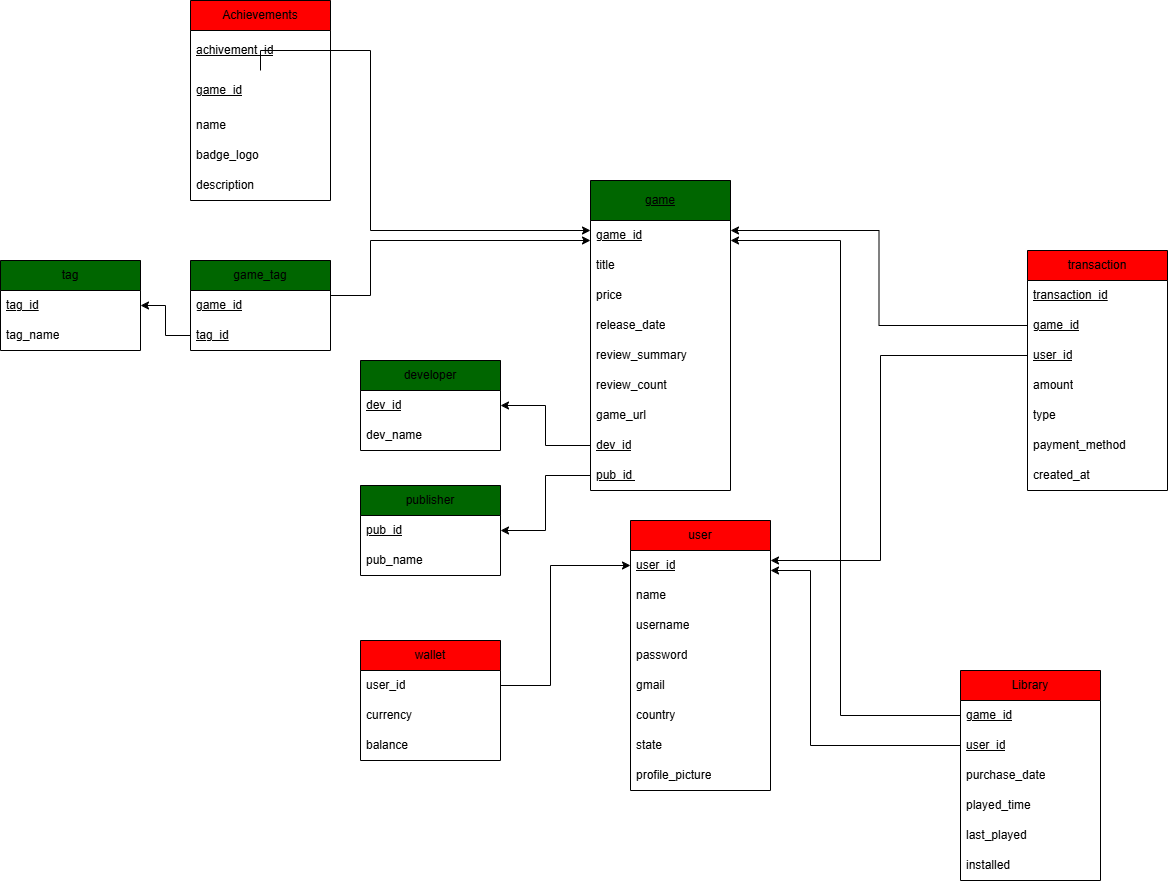
Earlier version of the draw.io export Data Storing/design/Diagram Relasional.drawio.png (Jerannn24/Seleksi-2026-Tugas-1). Source tidied: cells renumbered, new cells last; positions are measured from the earlier drawing's top-left corner, leaving out a move shared by most shapes.
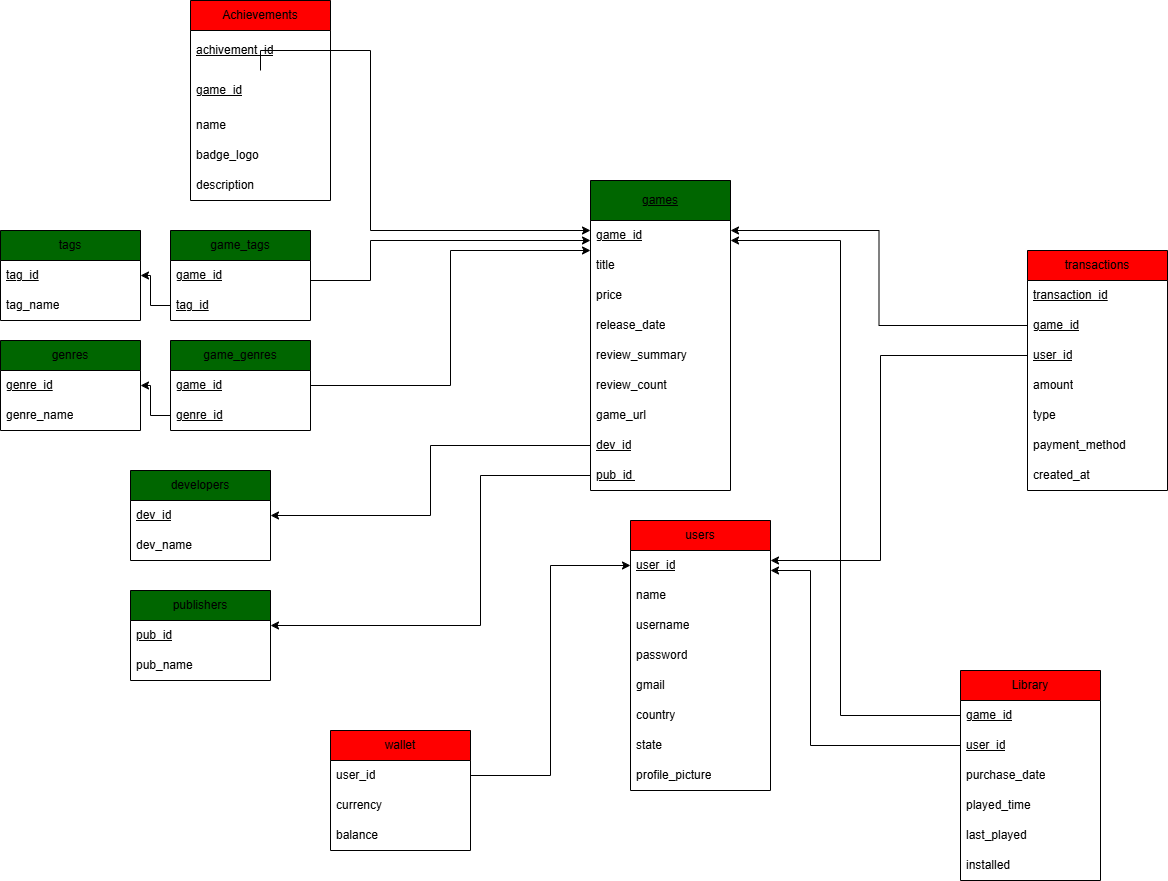
The same file after the commit.

The edit, as a diff of the source:
```diff
@@ -2,7 +2,7 @@
   <root>
     <mxCell id="0" />
     <mxCell id="1" parent="0" />
-    <mxCell id="2" value="game" style="swimlane;fontStyle=4;horizontal=1;startSize=40;whiteSpace=wrap;html=1;fillColor=light-dark(#006600,#006600);fontColor=default;" parent="1" vertex="1">
+    <mxCell id="2" value="games" style="swimlane;fontStyle=4;horizontal=1;startSize=40;whiteSpace=wrap;html=1;fillColor=light-dark(#006600,#006600);fontColor=default;" parent="1" vertex="1">
       <mxGeometry x="590" y="180" width="140" height="310" as="geometry" />
     </mxCell>
     <mxCell id="3" value="&lt;span&gt;game_id&lt;/span&gt;" style="text;strokeColor=none;fillColor=none;align=left;verticalAlign=middle;spacingLeft=4;spacingRight=4;overflow=hidden;points=[[0,0.5],[1,0.5]];portConstraint=eastwest;whiteSpace=wrap;html=1;fontStyle=4;" parent="2" vertex="1">
@@ -32,8 +32,8 @@
     <mxCell id="11" value="&lt;span&gt;pub_id&amp;nbsp;&lt;/span&gt;" style="text;strokeColor=none;fillColor=none;align=left;verticalAlign=middle;spacingLeft=4;spacingRight=4;overflow=hidden;points=[[0,0.5],[1,0.5]];portConstraint=eastwest;whiteSpace=wrap;html=1;fontStyle=4;" parent="2" vertex="1">
       <mxGeometry y="280" width="140" height="30" as="geometry" />
     </mxCell>
-    <mxCell id="12" value="tag" style="swimlane;fontStyle=0;horizontal=1;startSize=30;whiteSpace=wrap;html=1;fillColor=light-dark(#006600,#006600);" parent="1" vertex="1">
-      <mxGeometry y="260" width="140" height="90" as="geometry" />
+    <mxCell id="12" value="tags" style="swimlane;fontStyle=0;horizontal=1;startSize=30;whiteSpace=wrap;html=1;fillColor=light-dark(#006600,#006600);" parent="1" vertex="1">
+      <mxGeometry y="230" width="140" height="90" as="geometry" />
     </mxCell>
     <mxCell id="13" value="&lt;u&gt;tag_id&lt;/u&gt;" style="text;strokeColor=none;fillColor=none;align=left;verticalAlign=middle;spacingLeft=4;spacingRight=4;overflow=hidden;points=[[0,0.5],[1,0.5]];portConstraint=eastwest;whiteSpace=wrap;html=1;" parent="12" vertex="1">
       <mxGeometry y="30" width="140" height="30" as="geometry" />
@@ -41,8 +41,8 @@
     <mxCell id="14" value="tag_name" style="text;strokeColor=none;fillColor=none;align=left;verticalAlign=middle;spacingLeft=4;spacingRight=4;overflow=hidden;whiteSpace=wrap;html=1;" parent="12" vertex="1">
       <mxGeometry y="60" width="140" height="30" as="geometry" />
     </mxCell>
-    <mxCell id="15" value="publisher" style="swimlane;fontStyle=0;horizontal=1;startSize=30;whiteSpace=wrap;html=1;fillColor=light-dark(#006600,#006600);" parent="1" vertex="1">
-      <mxGeometry x="360" y="485" width="140" height="90" as="geometry" />
+    <mxCell id="15" value="publishers" style="swimlane;fontStyle=0;horizontal=1;startSize=30;whiteSpace=wrap;html=1;fillColor=light-dark(#006600,#006600);" parent="1" vertex="1">
+      <mxGeometry x="130" y="590" width="140" height="90" as="geometry" />
     </mxCell>
     <mxCell id="16" value="&lt;u&gt;pub_id&lt;/u&gt;" style="text;strokeColor=none;fillColor=none;align=left;verticalAlign=middle;spacingLeft=4;spacingRight=4;overflow=hidden;points=[[0,0.5],[1,0.5]];portConstraint=eastwest;whiteSpace=wrap;html=1;" parent="15" vertex="1">
       <mxGeometry y="30" width="140" height="30" as="geometry" />
@@ -50,8 +50,8 @@
     <mxCell id="17" value="pub_name" style="text;strokeColor=none;fillColor=none;align=left;verticalAlign=middle;spacingLeft=4;spacingRight=4;overflow=hidden;whiteSpace=wrap;html=1;" parent="15" vertex="1">
       <mxGeometry y="60" width="140" height="30" as="geometry" />
     </mxCell>
-    <mxCell id="18" value="developer" style="swimlane;fontStyle=0;horizontal=1;startSize=30;whiteSpace=wrap;html=1;fillColor=light-dark(#006600,#006600);" parent="1" vertex="1">
-      <mxGeometry x="360" y="360" width="140" height="90" as="geometry" />
+    <mxCell id="18" value="developers" style="swimlane;fontStyle=0;horizontal=1;startSize=30;whiteSpace=wrap;html=1;fillColor=light-dark(#006600,#006600);" parent="1" vertex="1">
+      <mxGeometry x="130" y="470" width="140" height="90" as="geometry" />
     </mxCell>
     <mxCell id="19" value="&lt;u&gt;dev_id&lt;/u&gt;" style="text;strokeColor=none;fillColor=none;align=left;verticalAlign=middle;spacingLeft=4;spacingRight=4;overflow=hidden;points=[[0,0.5],[1,0.5]];portConstraint=eastwest;whiteSpace=wrap;html=1;" parent="18" vertex="1">
       <mxGeometry y="30" width="140" height="30" as="geometry" />
@@ -60,13 +60,18 @@
       <mxGeometry y="60" width="140" height="30" as="geometry" />
     </mxCell>
     <mxCell id="21" style="edgeStyle=orthogonalEdgeStyle;rounded=0;jettySize=auto;html=1;" parent="1" edge="1" source="11" target="16">
-      <mxGeometry relative="1" as="geometry" />
+      <mxGeometry relative="1" as="geometry">
+        <Array as="points">
+          <mxPoint x="480" y="475" />
+          <mxPoint x="480" y="625" />
+        </Array>
+      </mxGeometry>
     </mxCell>
     <mxCell id="22" style="edgeStyle=orthogonalEdgeStyle;rounded=0;jettySize=auto;html=1;" parent="1" edge="1" source="10" target="19">
       <mxGeometry relative="1" as="geometry" />
     </mxCell>
-    <mxCell id="23" value="game_tag" style="swimlane;fontStyle=0;horizontal=1;startSize=30;whiteSpace=wrap;html=1;fillColor=light-dark(#006600,#006600);" parent="1" vertex="1">
-      <mxGeometry x="190" y="260" width="140" height="90" as="geometry" />
+    <mxCell id="23" value="game_tags" style="swimlane;fontStyle=0;horizontal=1;startSize=30;whiteSpace=wrap;html=1;fillColor=light-dark(#006600,#006600);" parent="1" vertex="1">
+      <mxGeometry x="170" y="230" width="140" height="90" as="geometry" />
     </mxCell>
     <mxCell id="24" value="&lt;u&gt;game_id&lt;/u&gt;" style="text;strokeColor=none;fillColor=none;align=left;verticalAlign=middle;spacingLeft=4;spacingRight=4;overflow=hidden;points=[[0,0.5],[1,0.5]];portConstraint=eastwest;whiteSpace=wrap;html=1;" parent="23" vertex="1">
       <mxGeometry y="30" width="140" height="30" as="geometry" />
@@ -78,7 +83,7 @@
       <mxGeometry relative="1" as="geometry">
         <Array as="points">
           <mxPoint x="370" y="240" />
-          <mxPoint x="370" y="295" />
+          <mxPoint x="370" y="280" />
         </Array>
       </mxGeometry>
     </mxCell>
@@ -112,7 +117,7 @@
         </Array>
       </mxGeometry>
     </mxCell>
-    <mxCell id="35" value="user" style="swimlane;fontStyle=0;horizontal=1;startSize=30;whiteSpace=wrap;html=1;fillColor=light-dark(#FF0000,#FF0000);" parent="1" vertex="1">
+    <mxCell id="35" value="users" style="swimlane;fontStyle=0;horizontal=1;startSize=30;whiteSpace=wrap;html=1;fillColor=light-dark(#FF0000,#FF0000);" parent="1" vertex="1">
       <mxGeometry x="630" y="520" width="140" height="270" as="geometry" />
     </mxCell>
     <mxCell id="36" value="&lt;u&gt;user_id&lt;/u&gt;" style="text;strokeColor=none;fillColor=none;align=left;verticalAlign=middle;spacingLeft=4;spacingRight=4;overflow=hidden;points=[[0,0.5],[1,0.5]];portConstraint=eastwest;whiteSpace=wrap;html=1;" parent="35" vertex="1">
@@ -169,7 +174,7 @@
       </mxGeometry>
     </mxCell>
     <mxCell id="52" value="wallet" style="swimlane;fontStyle=0;horizontal=1;startSize=30;whiteSpace=wrap;html=1;fillColor=light-dark(#FF0000,#FF0000);swimlaneFillColor=none;" parent="1" vertex="1">
-      <mxGeometry x="360" y="640" width="140" height="120" as="geometry" />
+      <mxGeometry x="330" y="730" width="140" height="120" as="geometry" />
     </mxCell>
     <mxCell id="53" value="user_id" style="text;strokeColor=none;fillColor=none;align=left;verticalAlign=middle;spacingLeft=4;spacingRight=4;overflow=hidden;points=[[0,0.5],[1,0.5]];portConstraint=eastwest;whiteSpace=wrap;html=1;" parent="52" vertex="1">
       <mxGeometry y="30" width="140" height="30" as="geometry" />
@@ -183,12 +188,12 @@
     <mxCell id="56" style="edgeStyle=orthogonalEdgeStyle;rounded=0;jettySize=auto;html=1;" parent="1" edge="1" source="53" target="36">
       <mxGeometry relative="1" as="geometry">
         <Array as="points">
-          <mxPoint x="550" y="685" />
+          <mxPoint x="550" y="775" />
           <mxPoint x="550" y="565" />
         </Array>
       </mxGeometry>
     </mxCell>
-    <mxCell id="57" value="transaction" style="swimlane;fontStyle=0;horizontal=1;startSize=30;whiteSpace=wrap;html=1;fillColor=light-dark(#FF0000,#FF0000);" parent="1" vertex="1">
+    <mxCell id="57" value="transactions" style="swimlane;fontStyle=0;horizontal=1;startSize=30;whiteSpace=wrap;html=1;fillColor=light-dark(#FF0000,#FF0000);" parent="1" vertex="1">
       <mxGeometry x="1027" y="250" width="140" height="240" as="geometry" />
     </mxCell>
     <mxCell id="58" value="&lt;span&gt;transaction_id&lt;/span&gt;" style="text;strokeColor=none;fillColor=none;align=left;verticalAlign=middle;spacingLeft=4;spacingRight=4;overflow=hidden;whiteSpace=wrap;html=1;fontStyle=4;" parent="57" vertex="1">
@@ -236,5 +241,34 @@
         </Array>
       </mxGeometry>
     </mxCell>
+    <mxCell id="68" value="genres" style="swimlane;fontStyle=0;horizontal=1;startSize=30;whiteSpace=wrap;html=1;fillColor=light-dark(#006600,#006600);" parent="1" vertex="1">
+      <mxGeometry y="340" width="140" height="90" as="geometry" />
+    </mxCell>
+    <mxCell id="69" value="&lt;u&gt;genre_id&lt;/u&gt;" style="text;strokeColor=none;fillColor=none;align=left;verticalAlign=middle;spacingLeft=4;spacingRight=4;overflow=hidden;points=[[0,0.5],[1,0.5]];portConstraint=eastwest;whiteSpace=wrap;html=1;" parent="68" vertex="1">
+      <mxGeometry y="30" width="140" height="30" as="geometry" />
+    </mxCell>
+    <mxCell id="70" value="genre_name" style="text;strokeColor=none;fillColor=none;align=left;verticalAlign=middle;spacingLeft=4;spacingRight=4;overflow=hidden;whiteSpace=wrap;html=1;" parent="68" vertex="1">
+      <mxGeometry y="60" width="140" height="30" as="geometry" />
+    </mxCell>
+    <mxCell id="71" value="game_genres" style="swimlane;fontStyle=0;horizontal=1;startSize=30;whiteSpace=wrap;html=1;fillColor=light-dark(#006600,#006600);" parent="1" vertex="1">
+      <mxGeometry x="170" y="340" width="140" height="90" as="geometry" />
+    </mxCell>
+    <mxCell id="72" value="&lt;u&gt;game_id&lt;/u&gt;" style="text;strokeColor=none;fillColor=none;align=left;verticalAlign=middle;spacingLeft=4;spacingRight=4;overflow=hidden;points=[[0,0.5],[1,0.5]];portConstraint=eastwest;whiteSpace=wrap;html=1;" parent="71" vertex="1">
+      <mxGeometry y="30" width="140" height="30" as="geometry" />
+    </mxCell>
+    <mxCell id="73" value="&lt;u&gt;genre_id&lt;/u&gt;" style="text;strokeColor=none;fillColor=none;align=left;verticalAlign=middle;spacingLeft=4;spacingRight=4;overflow=hidden;points=[[0,0.5],[1,0.5]];portConstraint=eastwest;whiteSpace=wrap;html=1;" parent="71" vertex="1">
+      <mxGeometry y="60" width="140" height="30" as="geometry" />
+    </mxCell>
+    <mxCell id="74" style="edgeStyle=orthogonalEdgeStyle;rounded=0;jettySize=auto;html=1;" parent="1" edge="1" source="73" target="69">
+      <mxGeometry relative="1" as="geometry" />
+    </mxCell>
+    <mxCell id="75" style="edgeStyle=orthogonalEdgeStyle;rounded=0;jettySize=auto;html=1;" parent="1" edge="1" source="72" target="3">
+      <mxGeometry relative="1" as="geometry">
+        <Array as="points">
+          <mxPoint x="450" y="385" />
+          <mxPoint x="450" y="250" />
+        </Array>
+      </mxGeometry>
+    </mxCell>
   </root>
 </mxGraphModel>
```
